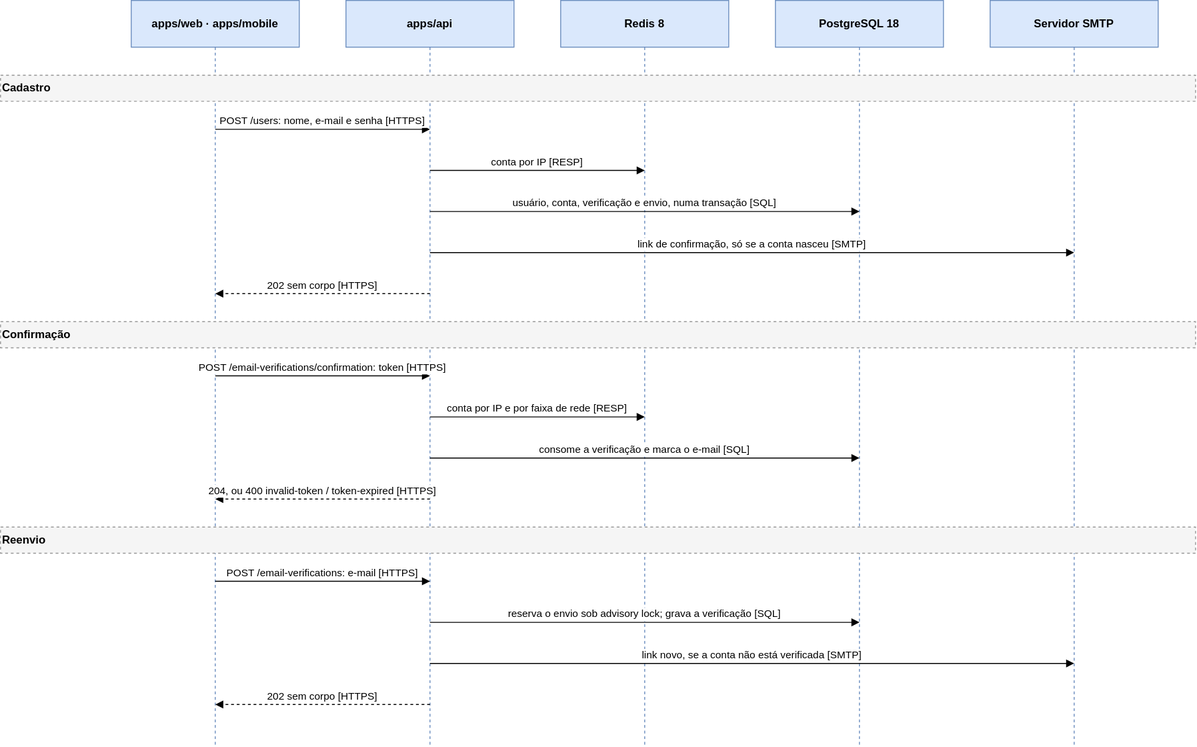
The draw.io diagram docs/architecture/diagrams/runtime-sign-up-and-email-verification.drawio.svg in TheoOdawara/clinicore, before a commit. Source tidied: cells renumbered, new cells last; positions are measured from the earlier drawing's top-left corner, leaving out a move shared by most shapes. The source it was exported from:
```xml
<mxGraphModel background="#ffffff">
  <root>
    <mxCell id="0" />
    <mxCell id="1" parent="0" />
    <mxCell id="2" value="apps/web · apps/mobile" style="shape=umlLifeline;perimeter=lifelinePerimeter;size=50;html=0;whiteSpace=wrap;fillColor=#dae8fc;strokeColor=#6c8ebf;fontColor=#000000;fontStyle=1;" parent="1" vertex="1">
      <mxGeometry x="140" width="180" height="798" as="geometry" />
    </mxCell>
    <mxCell id="3" value="apps/api" style="shape=umlLifeline;perimeter=lifelinePerimeter;size=50;html=0;whiteSpace=wrap;fillColor=#dae8fc;strokeColor=#6c8ebf;fontColor=#000000;fontStyle=1;" parent="1" vertex="1">
      <mxGeometry x="370" width="180" height="798" as="geometry" />
    </mxCell>
    <mxCell id="4" value="Redis 8" style="shape=umlLifeline;perimeter=lifelinePerimeter;size=50;html=0;whiteSpace=wrap;fillColor=#dae8fc;strokeColor=#6c8ebf;fontColor=#000000;fontStyle=1;" parent="1" vertex="1">
      <mxGeometry x="600" width="180" height="798" as="geometry" />
    </mxCell>
    <mxCell id="5" value="PostgreSQL 18" style="shape=umlLifeline;perimeter=lifelinePerimeter;size=50;html=0;whiteSpace=wrap;fillColor=#dae8fc;strokeColor=#6c8ebf;fontColor=#000000;fontStyle=1;" parent="1" vertex="1">
      <mxGeometry x="830" width="180" height="798" as="geometry" />
    </mxCell>
    <mxCell id="6" value="Servidor SMTP" style="shape=umlLifeline;perimeter=lifelinePerimeter;size=50;html=0;whiteSpace=wrap;fillColor=#dae8fc;strokeColor=#6c8ebf;fontColor=#000000;fontStyle=1;" parent="1" vertex="1">
      <mxGeometry x="1060" width="180" height="798" as="geometry" />
    </mxCell>
    <mxCell id="7" value="Cadastro" style="text;html=0;align=left;fontStyle=1;fontColor=#000000;fillColor=#f5f5f5;strokeColor=#999999;dashed=1;" parent="1" vertex="1">
      <mxGeometry y="80" width="1280" height="28" as="geometry" />
    </mxCell>
    <mxCell id="8" value="POST /users: nome, e-mail e senha [HTTPS]" style="html=0;endArrow=block;endFill=1;verticalAlign=bottom;fontColor=#000000;strokeColor=#000000;labelBackgroundColor=#ffffff;" parent="1" edge="1">
      <mxGeometry relative="1" as="geometry">
        <mxPoint x="230" y="138" as="sourcePoint" />
        <mxPoint x="460" y="138" as="targetPoint" />
      </mxGeometry>
    </mxCell>
    <mxCell id="9" value="conta por IP [RESP]" style="html=0;endArrow=block;endFill=1;verticalAlign=bottom;fontColor=#000000;strokeColor=#000000;labelBackgroundColor=#ffffff;" parent="1" edge="1">
      <mxGeometry relative="1" as="geometry">
        <mxPoint x="460" y="182" as="sourcePoint" />
        <mxPoint x="690" y="182" as="targetPoint" />
      </mxGeometry>
    </mxCell>
    <mxCell id="10" value="usuário, conta, verificação e envio, numa transação [SQL]" style="html=0;endArrow=block;endFill=1;verticalAlign=bottom;fontColor=#000000;strokeColor=#000000;labelBackgroundColor=#ffffff;" parent="1" edge="1">
      <mxGeometry relative="1" as="geometry">
        <mxPoint x="460" y="226" as="sourcePoint" />
        <mxPoint x="920" y="226" as="targetPoint" />
      </mxGeometry>
    </mxCell>
    <mxCell id="11" value="link de confirmação, só se a conta nasceu [SMTP]" style="html=0;endArrow=block;endFill=1;verticalAlign=bottom;fontColor=#000000;strokeColor=#000000;labelBackgroundColor=#ffffff;" parent="1" edge="1">
      <mxGeometry relative="1" as="geometry">
        <mxPoint x="460" y="270" as="sourcePoint" />
        <mxPoint x="1150" y="270" as="targetPoint" />
      </mxGeometry>
    </mxCell>
    <mxCell id="12" value="202 sem corpo [HTTPS]" style="html=0;endArrow=block;endFill=1;dashed=1;verticalAlign=bottom;fontColor=#000000;strokeColor=#000000;labelBackgroundColor=#ffffff;" parent="1" edge="1">
      <mxGeometry relative="1" as="geometry">
        <mxPoint x="460" y="314" as="sourcePoint" />
        <mxPoint x="230" y="314" as="targetPoint" />
      </mxGeometry>
    </mxCell>
    <mxCell id="13" value="Confirmação" style="text;html=0;align=left;fontStyle=1;fontColor=#000000;fillColor=#f5f5f5;strokeColor=#999999;dashed=1;" parent="1" vertex="1">
      <mxGeometry y="344" width="1280" height="28" as="geometry" />
    </mxCell>
    <mxCell id="14" value="POST /email-verifications/confirmation: token [HTTPS]" style="html=0;endArrow=block;endFill=1;verticalAlign=bottom;fontColor=#000000;strokeColor=#000000;labelBackgroundColor=#ffffff;" parent="1" edge="1">
      <mxGeometry relative="1" as="geometry">
        <mxPoint x="230" y="402" as="sourcePoint" />
        <mxPoint x="460" y="402" as="targetPoint" />
      </mxGeometry>
    </mxCell>
    <mxCell id="15" value="conta por IP e por faixa de rede [RESP]" style="html=0;endArrow=block;endFill=1;verticalAlign=bottom;fontColor=#000000;strokeColor=#000000;labelBackgroundColor=#ffffff;" parent="1" edge="1">
      <mxGeometry relative="1" as="geometry">
        <mxPoint x="460" y="446" as="sourcePoint" />
        <mxPoint x="690" y="446" as="targetPoint" />
      </mxGeometry>
    </mxCell>
    <mxCell id="16" value="consome a verificação e marca o e-mail [SQL]" style="html=0;endArrow=block;endFill=1;verticalAlign=bottom;fontColor=#000000;strokeColor=#000000;labelBackgroundColor=#ffffff;" parent="1" edge="1">
      <mxGeometry relative="1" as="geometry">
        <mxPoint x="460" y="490" as="sourcePoint" />
        <mxPoint x="920" y="490" as="targetPoint" />
      </mxGeometry>
    </mxCell>
    <mxCell id="17" value="204, ou 400 invalid-token / token-expired [HTTPS]" style="html=0;endArrow=block;endFill=1;dashed=1;verticalAlign=bottom;fontColor=#000000;strokeColor=#000000;labelBackgroundColor=#ffffff;" parent="1" edge="1">
      <mxGeometry relative="1" as="geometry">
        <mxPoint x="460" y="534" as="sourcePoint" />
        <mxPoint x="230" y="534" as="targetPoint" />
      </mxGeometry>
    </mxCell>
    <mxCell id="18" value="Reenvio" style="text;html=0;align=left;fontStyle=1;fontColor=#000000;fillColor=#f5f5f5;strokeColor=#999999;dashed=1;" parent="1" vertex="1">
      <mxGeometry y="564" width="1280" height="28" as="geometry" />
    </mxCell>
    <mxCell id="19" value="POST /email-verifications: e-mail [HTTPS]" style="html=0;endArrow=block;endFill=1;verticalAlign=bottom;fontColor=#000000;strokeColor=#000000;labelBackgroundColor=#ffffff;" parent="1" edge="1">
      <mxGeometry relative="1" as="geometry">
        <mxPoint x="230" y="622" as="sourcePoint" />
        <mxPoint x="460" y="622" as="targetPoint" />
      </mxGeometry>
    </mxCell>
    <mxCell id="20" value="reserva o envio sob advisory lock; grava a verificação [SQL]" style="html=0;endArrow=block;endFill=1;verticalAlign=bottom;fontColor=#000000;strokeColor=#000000;labelBackgroundColor=#ffffff;" parent="1" edge="1">
      <mxGeometry relative="1" as="geometry">
        <mxPoint x="460" y="666" as="sourcePoint" />
        <mxPoint x="920" y="666" as="targetPoint" />
      </mxGeometry>
    </mxCell>
    <mxCell id="21" value="link novo, se a conta não está verificada [SMTP]" style="html=0;endArrow=block;endFill=1;verticalAlign=bottom;fontColor=#000000;strokeColor=#000000;labelBackgroundColor=#ffffff;" parent="1" edge="1">
      <mxGeometry relative="1" as="geometry">
        <mxPoint x="460" y="710" as="sourcePoint" />
        <mxPoint x="1150" y="710" as="targetPoint" />
      </mxGeometry>
    </mxCell>
    <mxCell id="22" value="202 sem corpo [HTTPS]" style="html=0;endArrow=block;endFill=1;dashed=1;verticalAlign=bottom;fontColor=#000000;strokeColor=#000000;labelBackgroundColor=#ffffff;" parent="1" edge="1">
      <mxGeometry relative="1" as="geometry">
        <mxPoint x="460" y="754" as="sourcePoint" />
        <mxPoint x="230" y="754" as="targetPoint" />
      </mxGeometry>
    </mxCell>
  </root>
</mxGraphModel>
```
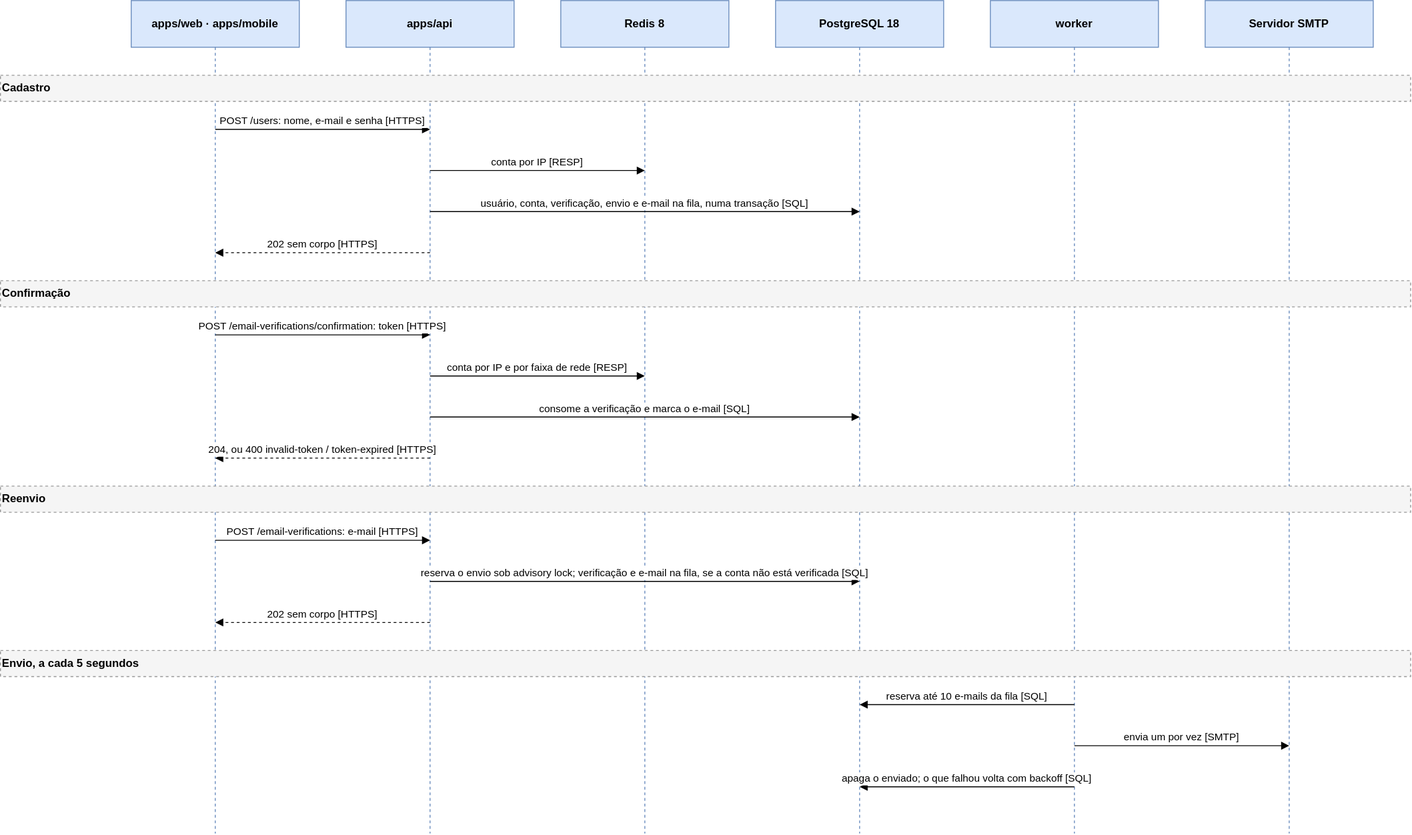
The same file after the commit.

Diff of the diagram source:
```diff
@@ -3,22 +3,25 @@
     <mxCell id="0" />
     <mxCell id="1" parent="0" />
     <mxCell id="2" value="apps/web · apps/mobile" style="shape=umlLifeline;perimeter=lifelinePerimeter;size=50;html=0;whiteSpace=wrap;fillColor=#dae8fc;strokeColor=#6c8ebf;fontColor=#000000;fontStyle=1;" parent="1" vertex="1">
-      <mxGeometry x="140" width="180" height="798" as="geometry" />
+      <mxGeometry x="140" width="180" height="892" as="geometry" />
     </mxCell>
     <mxCell id="3" value="apps/api" style="shape=umlLifeline;perimeter=lifelinePerimeter;size=50;html=0;whiteSpace=wrap;fillColor=#dae8fc;strokeColor=#6c8ebf;fontColor=#000000;fontStyle=1;" parent="1" vertex="1">
-      <mxGeometry x="370" width="180" height="798" as="geometry" />
+      <mxGeometry x="370" width="180" height="892" as="geometry" />
     </mxCell>
     <mxCell id="4" value="Redis 8" style="shape=umlLifeline;perimeter=lifelinePerimeter;size=50;html=0;whiteSpace=wrap;fillColor=#dae8fc;strokeColor=#6c8ebf;fontColor=#000000;fontStyle=1;" parent="1" vertex="1">
-      <mxGeometry x="600" width="180" height="798" as="geometry" />
+      <mxGeometry x="600" width="180" height="892" as="geometry" />
     </mxCell>
     <mxCell id="5" value="PostgreSQL 18" style="shape=umlLifeline;perimeter=lifelinePerimeter;size=50;html=0;whiteSpace=wrap;fillColor=#dae8fc;strokeColor=#6c8ebf;fontColor=#000000;fontStyle=1;" parent="1" vertex="1">
-      <mxGeometry x="830" width="180" height="798" as="geometry" />
+      <mxGeometry x="830" width="180" height="892" as="geometry" />
     </mxCell>
-    <mxCell id="6" value="Servidor SMTP" style="shape=umlLifeline;perimeter=lifelinePerimeter;size=50;html=0;whiteSpace=wrap;fillColor=#dae8fc;strokeColor=#6c8ebf;fontColor=#000000;fontStyle=1;" parent="1" vertex="1">
-      <mxGeometry x="1060" width="180" height="798" as="geometry" />
+    <mxCell id="6" value="worker" style="shape=umlLifeline;perimeter=lifelinePerimeter;size=50;html=0;whiteSpace=wrap;fillColor=#dae8fc;strokeColor=#6c8ebf;fontColor=#000000;fontStyle=1;" parent="1" vertex="1">
+      <mxGeometry x="1060" width="180" height="892" as="geometry" />
     </mxCell>
+    <mxCell id="23" value="Servidor SMTP" style="shape=umlLifeline;perimeter=lifelinePerimeter;size=50;html=0;whiteSpace=wrap;fillColor=#dae8fc;strokeColor=#6c8ebf;fontColor=#000000;fontStyle=1;" parent="1" vertex="1">
+      <mxGeometry x="1290" width="180" height="892" as="geometry" />
+    </mxCell>
     <mxCell id="7" value="Cadastro" style="text;html=0;align=left;fontStyle=1;fontColor=#000000;fillColor=#f5f5f5;strokeColor=#999999;dashed=1;" parent="1" vertex="1">
-      <mxGeometry y="80" width="1280" height="28" as="geometry" />
+      <mxGeometry y="80" width="1510" height="28" as="geometry" />
     </mxCell>
     <mxCell id="8" value="POST /users: nome, e-mail e senha [HTTPS]" style="html=0;endArrow=block;endFill=1;verticalAlign=bottom;fontColor=#000000;strokeColor=#000000;labelBackgroundColor=#ffffff;" parent="1" edge="1">
       <mxGeometry relative="1" as="geometry">
@@ -32,77 +35,86 @@
         <mxPoint x="690" y="182" as="targetPoint" />
       </mxGeometry>
     </mxCell>
-    <mxCell id="10" value="usuário, conta, verificação e envio, numa transação [SQL]" style="html=0;endArrow=block;endFill=1;verticalAlign=bottom;fontColor=#000000;strokeColor=#000000;labelBackgroundColor=#ffffff;" parent="1" edge="1">
+    <mxCell id="10" value="usuário, conta, verificação, envio e e-mail na fila, numa transação [SQL]" style="html=0;endArrow=block;endFill=1;verticalAlign=bottom;fontColor=#000000;strokeColor=#000000;labelBackgroundColor=#ffffff;" parent="1" edge="1">
       <mxGeometry relative="1" as="geometry">
         <mxPoint x="460" y="226" as="sourcePoint" />
         <mxPoint x="920" y="226" as="targetPoint" />
       </mxGeometry>
     </mxCell>
-    <mxCell id="11" value="link de confirmação, só se a conta nasceu [SMTP]" style="html=0;endArrow=block;endFill=1;verticalAlign=bottom;fontColor=#000000;strokeColor=#000000;labelBackgroundColor=#ffffff;" parent="1" edge="1">
+    <mxCell id="11" value="202 sem corpo [HTTPS]" style="html=0;endArrow=block;endFill=1;dashed=1;verticalAlign=bottom;fontColor=#000000;strokeColor=#000000;labelBackgroundColor=#ffffff;" parent="1" edge="1">
       <mxGeometry relative="1" as="geometry">
         <mxPoint x="460" y="270" as="sourcePoint" />
-        <mxPoint x="1150" y="270" as="targetPoint" />
+        <mxPoint x="230" y="270" as="targetPoint" />
       </mxGeometry>
     </mxCell>
-    <mxCell id="12" value="202 sem corpo [HTTPS]" style="html=0;endArrow=block;endFill=1;dashed=1;verticalAlign=bottom;fontColor=#000000;strokeColor=#000000;labelBackgroundColor=#ffffff;" parent="1" edge="1">
-      <mxGeometry relative="1" as="geometry">
-        <mxPoint x="460" y="314" as="sourcePoint" />
-        <mxPoint x="230" y="314" as="targetPoint" />
-      </mxGeometry>
-    </mxCell>
     <mxCell id="13" value="Confirmação" style="text;html=0;align=left;fontStyle=1;fontColor=#000000;fillColor=#f5f5f5;strokeColor=#999999;dashed=1;" parent="1" vertex="1">
-      <mxGeometry y="344" width="1280" height="28" as="geometry" />
+      <mxGeometry y="300" width="1510" height="28" as="geometry" />
     </mxCell>
+    <mxCell id="24" value="POST /email-verifications/confirmation: token [HTTPS]" style="html=0;endArrow=block;endFill=1;verticalAlign=bottom;fontColor=#000000;strokeColor=#000000;labelBackgroundColor=#ffffff;" parent="1" edge="1">
+      <mxGeometry relative="1" as="geometry">
+        <mxPoint x="230" y="358" as="sourcePoint" />
+        <mxPoint x="460" y="358" as="targetPoint" />
+      </mxGeometry>
+    </mxCell>
-    <mxCell id="14" value="POST /email-verifications/confirmation: token [HTTPS]" style="html=0;endArrow=block;endFill=1;verticalAlign=bottom;fontColor=#000000;strokeColor=#000000;labelBackgroundColor=#ffffff;" parent="1" edge="1">
+    <mxCell id="14" value="conta por IP e por faixa de rede [RESP]" style="html=0;endArrow=block;endFill=1;verticalAlign=bottom;fontColor=#000000;strokeColor=#000000;labelBackgroundColor=#ffffff;" parent="1" edge="1">
       <mxGeometry relative="1" as="geometry">
-        <mxPoint x="230" y="402" as="sourcePoint" />
-        <mxPoint x="460" y="402" as="targetPoint" />
+        <mxPoint x="460" y="402" as="sourcePoint" />
+        <mxPoint x="690" y="402" as="targetPoint" />
       </mxGeometry>
     </mxCell>
-    <mxCell id="15" value="conta por IP e por faixa de rede [RESP]" style="html=0;endArrow=block;endFill=1;verticalAlign=bottom;fontColor=#000000;strokeColor=#000000;labelBackgroundColor=#ffffff;" parent="1" edge="1">
+    <mxCell id="15" value="consome a verificação e marca o e-mail [SQL]" style="html=0;endArrow=block;endFill=1;verticalAlign=bottom;fontColor=#000000;strokeColor=#000000;labelBackgroundColor=#ffffff;" parent="1" edge="1">
       <mxGeometry relative="1" as="geometry">
         <mxPoint x="460" y="446" as="sourcePoint" />
-        <mxPoint x="690" y="446" as="targetPoint" />
+        <mxPoint x="920" y="446" as="targetPoint" />
       </mxGeometry>
     </mxCell>
-    <mxCell id="16" value="consome a verificação e marca o e-mail [SQL]" style="html=0;endArrow=block;endFill=1;verticalAlign=bottom;fontColor=#000000;strokeColor=#000000;labelBackgroundColor=#ffffff;" parent="1" edge="1">
+    <mxCell id="16" value="204, ou 400 invalid-token / token-expired [HTTPS]" style="html=0;endArrow=block;endFill=1;dashed=1;verticalAlign=bottom;fontColor=#000000;strokeColor=#000000;labelBackgroundColor=#ffffff;" parent="1" edge="1">
       <mxGeometry relative="1" as="geometry">
         <mxPoint x="460" y="490" as="sourcePoint" />
-        <mxPoint x="920" y="490" as="targetPoint" />
+        <mxPoint x="230" y="490" as="targetPoint" />
       </mxGeometry>
     </mxCell>
-    <mxCell id="17" value="204, ou 400 invalid-token / token-expired [HTTPS]" style="html=0;endArrow=block;endFill=1;dashed=1;verticalAlign=bottom;fontColor=#000000;strokeColor=#000000;labelBackgroundColor=#ffffff;" parent="1" edge="1">
-      <mxGeometry relative="1" as="geometry">
-        <mxPoint x="460" y="534" as="sourcePoint" />
-        <mxPoint x="230" y="534" as="targetPoint" />
-      </mxGeometry>
-    </mxCell>
     <mxCell id="18" value="Reenvio" style="text;html=0;align=left;fontStyle=1;fontColor=#000000;fillColor=#f5f5f5;strokeColor=#999999;dashed=1;" parent="1" vertex="1">
-      <mxGeometry y="564" width="1280" height="28" as="geometry" />
+      <mxGeometry y="520" width="1510" height="28" as="geometry" />
     </mxCell>
+    <mxCell id="25" value="POST /email-verifications: e-mail [HTTPS]" style="html=0;endArrow=block;endFill=1;verticalAlign=bottom;fontColor=#000000;strokeColor=#000000;labelBackgroundColor=#ffffff;" parent="1" edge="1">
+      <mxGeometry relative="1" as="geometry">
+        <mxPoint x="230" y="578" as="sourcePoint" />
+        <mxPoint x="460" y="578" as="targetPoint" />
+      </mxGeometry>
+    </mxCell>
-    <mxCell id="19" value="POST /email-verifications: e-mail [HTTPS]" style="html=0;endArrow=block;endFill=1;verticalAlign=bottom;fontColor=#000000;strokeColor=#000000;labelBackgroundColor=#ffffff;" parent="1" edge="1">
+    <mxCell id="19" value="reserva o envio sob advisory lock; verificação e e-mail na fila, se a conta não está verificada [SQL]" style="html=0;endArrow=block;endFill=1;verticalAlign=bottom;fontColor=#000000;strokeColor=#000000;labelBackgroundColor=#ffffff;" parent="1" edge="1">
       <mxGeometry relative="1" as="geometry">
-        <mxPoint x="230" y="622" as="sourcePoint" />
-        <mxPoint x="460" y="622" as="targetPoint" />
+        <mxPoint x="460" y="622" as="sourcePoint" />
+        <mxPoint x="920" y="622" as="targetPoint" />
       </mxGeometry>
     </mxCell>
-    <mxCell id="20" value="reserva o envio sob advisory lock; grava a verificação [SQL]" style="html=0;endArrow=block;endFill=1;verticalAlign=bottom;fontColor=#000000;strokeColor=#000000;labelBackgroundColor=#ffffff;" parent="1" edge="1">
+    <mxCell id="20" value="202 sem corpo [HTTPS]" style="html=0;endArrow=block;endFill=1;dashed=1;verticalAlign=bottom;fontColor=#000000;strokeColor=#000000;labelBackgroundColor=#ffffff;" parent="1" edge="1">
       <mxGeometry relative="1" as="geometry">
         <mxPoint x="460" y="666" as="sourcePoint" />
-        <mxPoint x="920" y="666" as="targetPoint" />
+        <mxPoint x="230" y="666" as="targetPoint" />
       </mxGeometry>
     </mxCell>
-    <mxCell id="21" value="link novo, se a conta não está verificada [SMTP]" style="html=0;endArrow=block;endFill=1;verticalAlign=bottom;fontColor=#000000;strokeColor=#000000;labelBackgroundColor=#ffffff;" parent="1" edge="1">
-      <mxGeometry relative="1" as="geometry">
-        <mxPoint x="460" y="710" as="sourcePoint" />
-        <mxPoint x="1150" y="710" as="targetPoint" />
-      </mxGeometry>
-    </mxCell>
+    <mxCell id="26" value="Envio, a cada 5 segundos" style="text;html=0;align=left;fontStyle=1;fontColor=#000000;fillColor=#f5f5f5;strokeColor=#999999;dashed=1;" parent="1" vertex="1">
+      <mxGeometry y="696" width="1510" height="28" as="geometry" />
+    </mxCell>
-    <mxCell id="22" value="202 sem corpo [HTTPS]" style="html=0;endArrow=block;endFill=1;dashed=1;verticalAlign=bottom;fontColor=#000000;strokeColor=#000000;labelBackgroundColor=#ffffff;" parent="1" edge="1">
+    <mxCell id="22" value="reserva até 10 e-mails da fila [SQL]" style="html=0;endArrow=block;endFill=1;verticalAlign=bottom;fontColor=#000000;strokeColor=#000000;labelBackgroundColor=#ffffff;" parent="1" edge="1">
       <mxGeometry relative="1" as="geometry">
-        <mxPoint x="460" y="754" as="sourcePoint" />
-        <mxPoint x="230" y="754" as="targetPoint" />
+        <mxPoint x="1150" y="754" as="sourcePoint" />
+        <mxPoint x="920" y="754" as="targetPoint" />
       </mxGeometry>
     </mxCell>
+    <mxCell id="27" value="envia um por vez [SMTP]" style="html=0;endArrow=block;endFill=1;verticalAlign=bottom;fontColor=#000000;strokeColor=#000000;labelBackgroundColor=#ffffff;" parent="1" edge="1">
+      <mxGeometry relative="1" as="geometry">
+        <mxPoint x="1150" y="798" as="sourcePoint" />
+        <mxPoint x="1380" y="798" as="targetPoint" />
+      </mxGeometry>
+    </mxCell>
+    <mxCell id="28" value="apaga o enviado; o que falhou volta com backoff [SQL]" style="html=0;endArrow=block;endFill=1;verticalAlign=bottom;fontColor=#000000;strokeColor=#000000;labelBackgroundColor=#ffffff;" parent="1" edge="1">
+      <mxGeometry relative="1" as="geometry">
+        <mxPoint x="1150" y="842" as="sourcePoint" />
+        <mxPoint x="920" y="842" as="targetPoint" />
+      </mxGeometry>
+    </mxCell>
   </root>
 </mxGraphModel>
```
